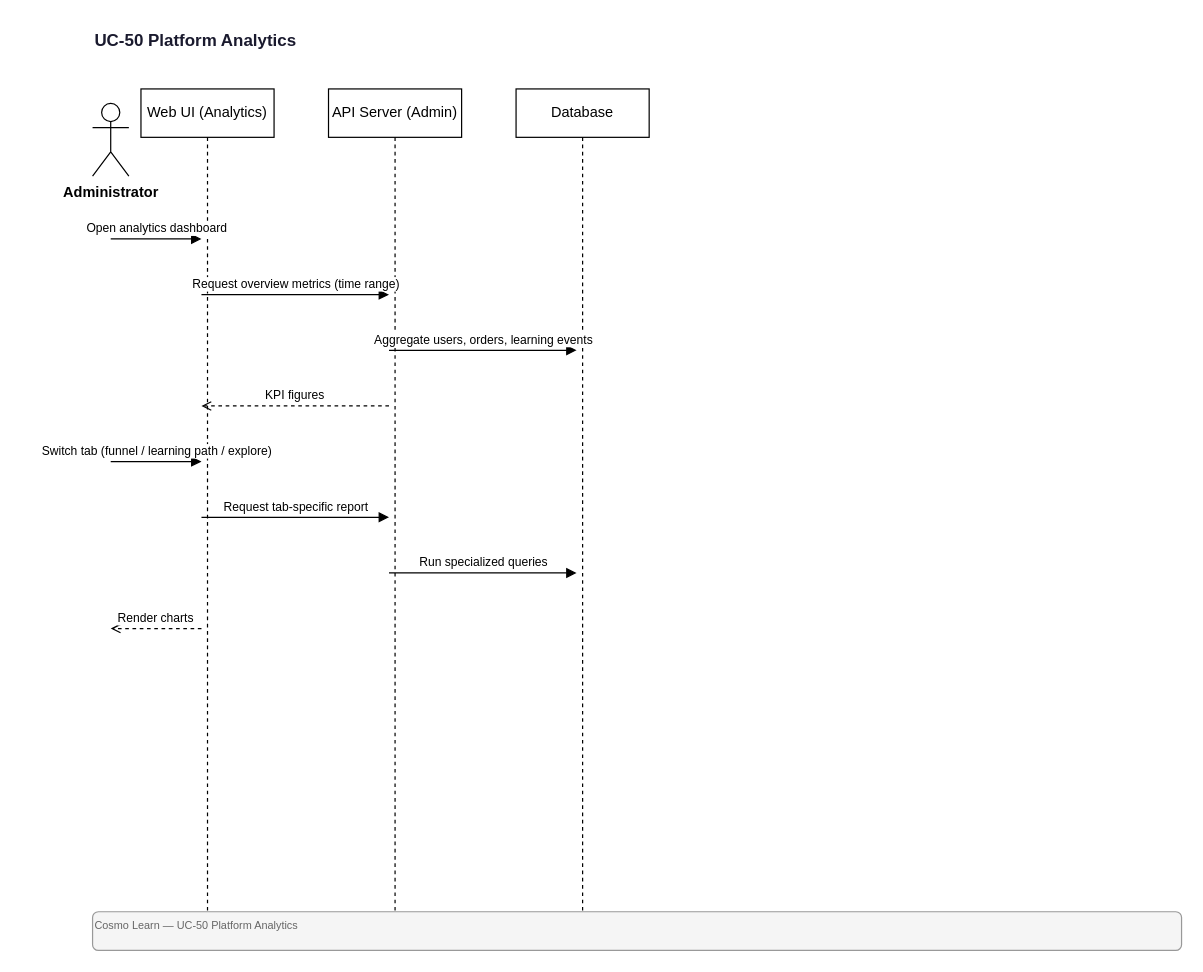
Earlier version of the draw.io diagram docs/diagrams/sequence/UC-50-Platform-Analytics.drawio (quangg1/ASTRO_EDU). Source tidied: cells renumbered, new cells numbered last; positions are measured from the earlier drawing's top-left corner, leaving out a move shared by most shapes. Both pictures are drawn from the tidied source at 121%, with x=0, y=0 at pixel (92, 21).
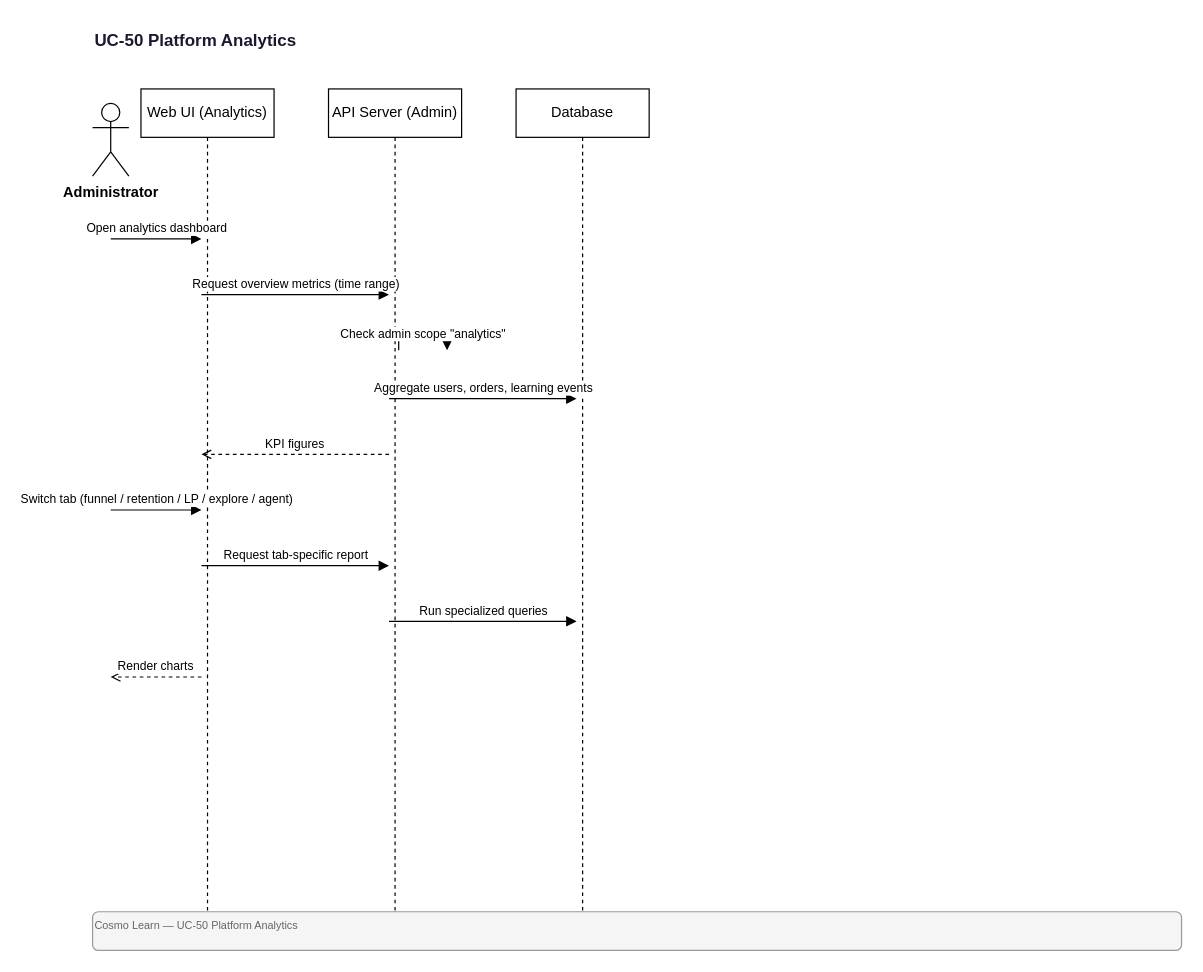
After the change.

What changed in the source:
```diff
@@
-    <mxCell id="9" value="Aggregate users, orders, learning events" style="endArrow=block;endFill=1;html=1;fontSize=10;verticalAlign=bottom;" parent="1" edge="1">
+    <mxCell id="9" value="Check admin scope &quot;analytics&quot;" style="endArrow=block;endFill=1;html=1;fontSize=10;edgeStyle=orthogonalEdgeStyle;rounded=0;" parent="1" edge="1">
       <mxGeometry relative="1" as="geometry">
-        <mxPoint x="245" y="272" as="sourcePoint" />
-        <mxPoint x="400" y="272" as="targetPoint" />
+        <mxPoint x="253" y="272" as="sourcePoint" />
+        <mxPoint x="293" y="272" as="targetPoint" />
+        <Array as="points">
+          <mxPoint x="293" y="258" />
+          <mxPoint x="253" y="258" />
+        </Array>
       </mxGeometry>
     </mxCell>
-    <mxCell id="10" value="KPI figures" style="endArrow=open;endFill=0;html=1;dashed=1;fontSize=10;verticalAlign=bottom;" parent="1" edge="1">
+    <mxCell id="10" value="Aggregate users, orders, learning events" style="endArrow=block;endFill=1;html=1;fontSize=10;verticalAlign=bottom;" parent="1" edge="1">
       <mxGeometry relative="1" as="geometry">
-        <mxPoint x="245" y="318" as="sourcePoint" />
-        <mxPoint x="90" y="318" as="targetPoint" />
+        <mxPoint x="245" y="312" as="sourcePoint" />
+        <mxPoint x="400" y="312" as="targetPoint" />
       </mxGeometry>
     </mxCell>
-    <mxCell id="11" value="Switch tab (funnel / learning path / explore)" style="endArrow=block;endFill=1;html=1;fontSize=10;verticalAlign=bottom;" parent="1" edge="1">
+    <mxCell id="11" value="KPI figures" style="endArrow=open;endFill=0;html=1;dashed=1;fontSize=10;verticalAlign=bottom;" parent="1" edge="1">
       <mxGeometry relative="1" as="geometry">
-        <mxPoint x="15" y="364" as="sourcePoint" />
-        <mxPoint x="90" y="364" as="targetPoint" />
+        <mxPoint x="245" y="358" as="sourcePoint" />
+        <mxPoint x="90" y="358" as="targetPoint" />
       </mxGeometry>
     </mxCell>
-    <mxCell id="12" value="Request tab-specific report" style="endArrow=block;endFill=1;html=1;fontSize=10;verticalAlign=bottom;" parent="1" edge="1">
+    <mxCell id="12" value="Switch tab (funnel / retention / LP / explore / agent)" style="endArrow=block;endFill=1;html=1;fontSize=10;verticalAlign=bottom;" parent="1" edge="1">
       <mxGeometry relative="1" as="geometry">
-        <mxPoint x="90" y="410" as="sourcePoint" />
-        <mxPoint x="245" y="410" as="targetPoint" />
+        <mxPoint x="15" y="404" as="sourcePoint" />
+        <mxPoint x="90" y="404" as="targetPoint" />
       </mxGeometry>
     </mxCell>
-    <mxCell id="13" value="Run specialized queries" style="endArrow=block;endFill=1;html=1;fontSize=10;verticalAlign=bottom;" parent="1" edge="1">
+    <mxCell id="13" value="Request tab-specific report" style="endArrow=block;endFill=1;html=1;fontSize=10;verticalAlign=bottom;" parent="1" edge="1">
       <mxGeometry relative="1" as="geometry">
-        <mxPoint x="245" y="456" as="sourcePoint" />
-        <mxPoint x="400" y="456" as="targetPoint" />
+        <mxPoint x="90" y="450" as="sourcePoint" />
+        <mxPoint x="245" y="450" as="targetPoint" />
       </mxGeometry>
     </mxCell>
-    <mxCell id="14" value="Render charts" style="endArrow=open;endFill=0;html=1;dashed=1;fontSize=10;verticalAlign=bottom;" parent="1" edge="1">
+    <mxCell id="14" value="Run specialized queries" style="endArrow=block;endFill=1;html=1;fontSize=10;verticalAlign=bottom;" parent="1" edge="1">
       <mxGeometry relative="1" as="geometry">
-        <mxPoint x="90" y="502" as="sourcePoint" />
-        <mxPoint x="15" y="502" as="targetPoint" />
+        <mxPoint x="245" y="496" as="sourcePoint" />
+        <mxPoint x="400" y="496" as="targetPoint" />
       </mxGeometry>
     </mxCell>
-    <mxCell id="15" value="Cosmo Learn — UC-50 Platform Analytics" style="text;html=1;strokeColor=#999;fillColor=#f5f5f5;align=left;verticalAlign=top;fontSize=9;fontColor=#666;rounded=1;" parent="1" vertex="1">
-      <mxGeometry y="736" width="900" height="32" as="geometry" />
+    <mxCell id="15" value="Render charts" style="endArrow=open;endFill=0;html=1;dashed=1;fontSize=10;verticalAlign=bottom;" parent="1" edge="1">
+      <mxGeometry relative="1" as="geometry">
+        <mxPoint x="90" y="542" as="sourcePoint" />
+        <mxPoint x="15" y="542" as="targetPoint" />
+      </mxGeometry>
     </mxCell>
+    <mxCell id="16" value="Cosmo Learn — UC-50 Platform Analytics" style="text;html=1;strokeColor=#999;fillColor=#f5f5f5;align=left;verticalAlign=top;fontSize=9;fontColor=#666;rounded=1;" parent="1" vertex="1">
+      <mxGeometry y="736" width="900" height="32" as="geometry" />
+    </mxCell>
```
